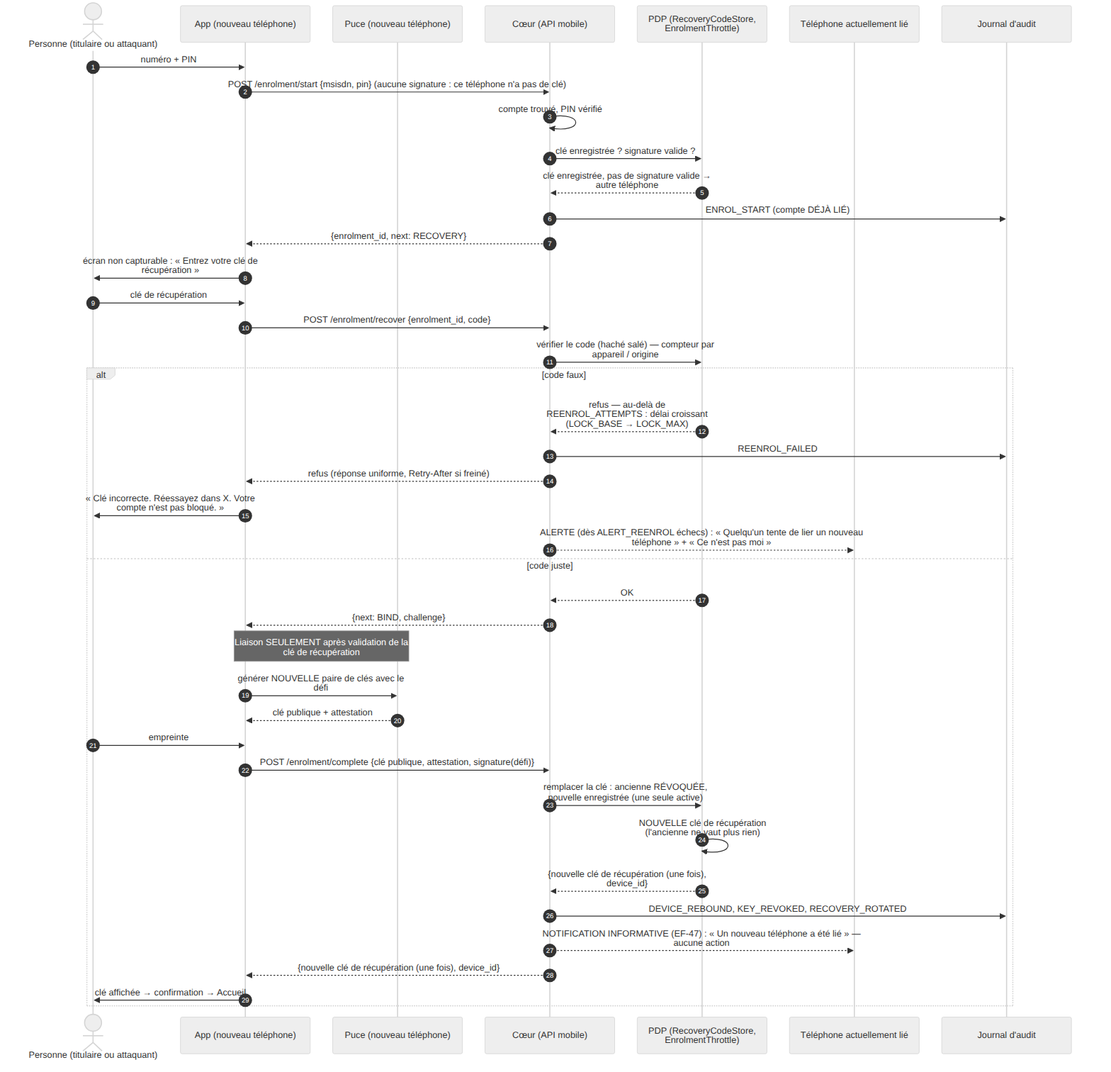
Before: docs/02-specifications/mobile/diagrams/D4_reenrolement.png, a diagram exported from Mermaid (kateyvana/Identishield-CM). Its source is kept beside it as docs/02-specifications/mobile/diagrams/D4_reenrolement.mmd.
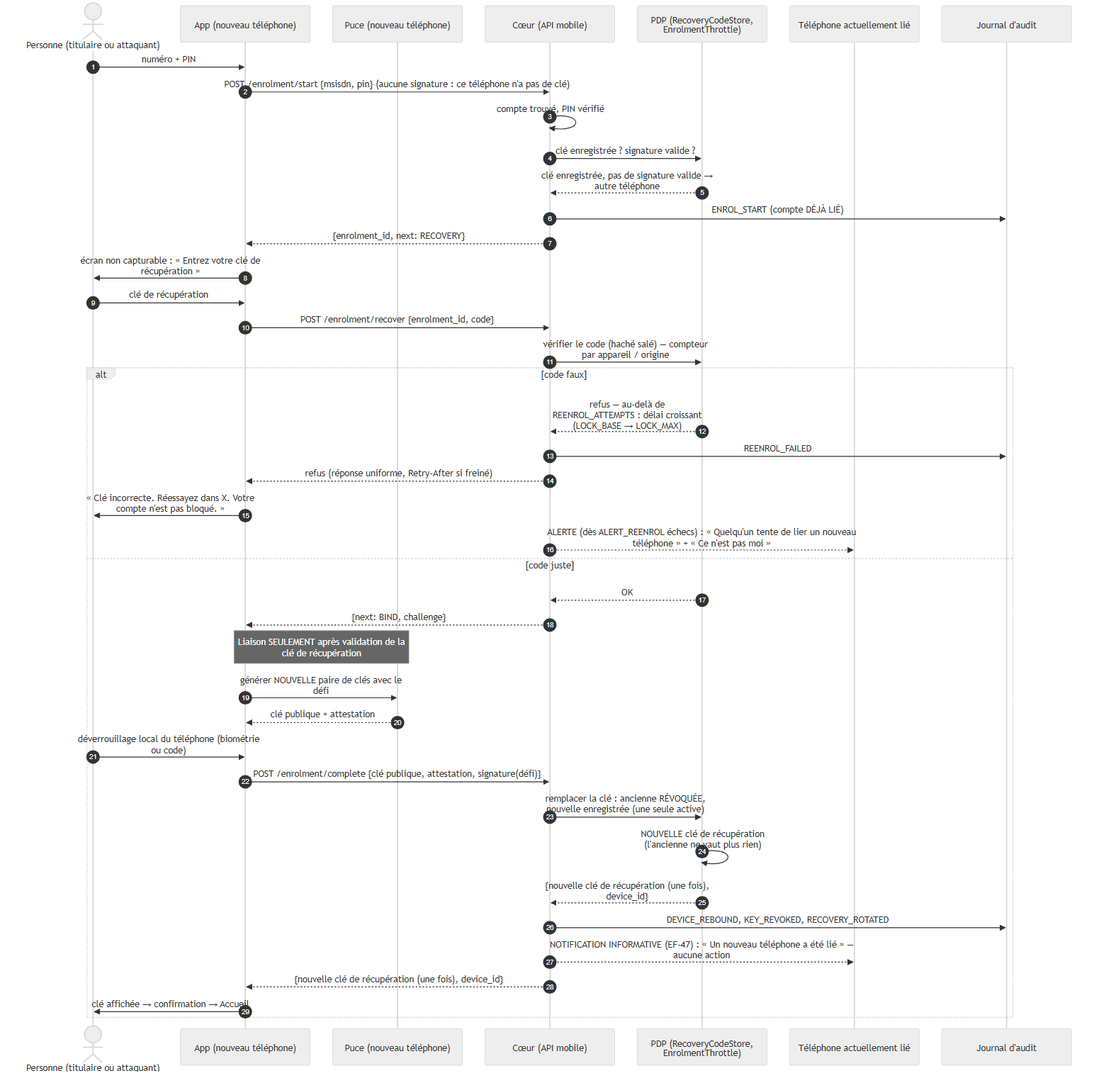
Later version of the same file.

What changed in the source:
```diff
@@ -31,7 +31,7 @@
         Note over A,K: Liaison SEULEMENT après validation de la clé de récupération
         A->>K: générer NOUVELLE paire de clés avec le défi
         K-->>A: clé publique + attestation
-        U->>A: empreinte
+        U->>A: déverrouillage local du téléphone (biométrie ou code)
         A->>S: POST /enrolment/complete {clé publique, attestation, signature(défi)}
         S->>P: remplacer la clé : ancienne RÉVOQUÉE, nouvelle enregistrée (une seule active)
         P->>P: NOUVELLE clé de récupération (l'ancienne ne vaut plus rien)
```
